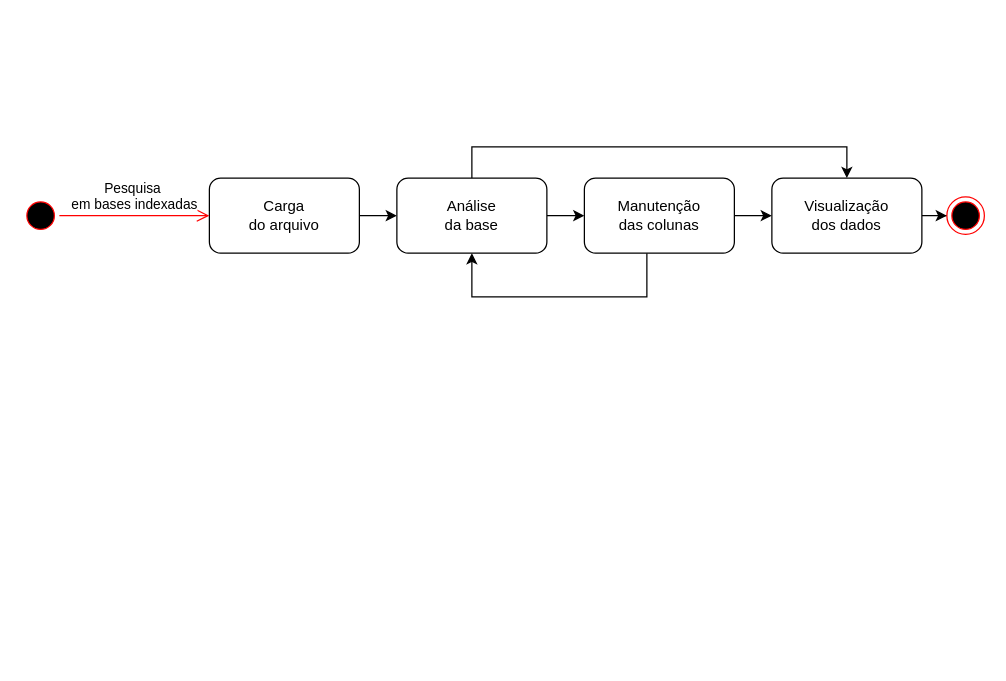
This is apps/app-Dissertacao/data/fluxos-processos.drawio from LuizPerciliano/Evento-Adverso-com-Metamap-e-Twitter-com-Portugues-Brasil, a draw.io file, before an edit. Source tidied: cells renumbered, new cells numbered last; positions are measured from the earlier drawing's top-left corner, leaving out a move shared by most shapes. Both pictures are drawn from the tidied source at 125%, with x=0, y=0 at pixel (21, 146).
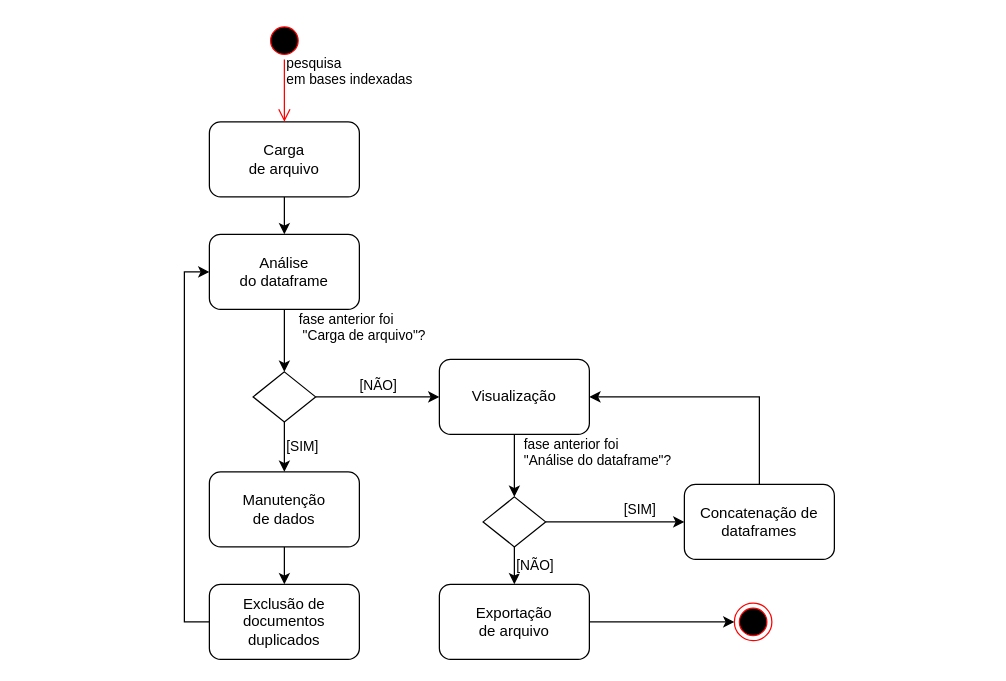
Above is the later version.

The edit, as a diff of the source:
```diff
@@
-    <mxCell id="3" value="Carga &lt;br&gt;do arquivo" style="rounded=1;whiteSpace=wrap;html=1;" parent="1" vertex="1">
-      <mxGeometry x="150" y="25" width="120" height="60" as="geometry" />
+    <mxCell id="3" value="Carga &lt;br&gt;de arquivo" style="rounded=1;whiteSpace=wrap;html=1;" parent="1" vertex="1">
+      <mxGeometry x="150" y="-20" width="120" height="60" as="geometry" />
     </mxCell>
-    <mxCell id="4" style="edgeStyle=orthogonalEdgeStyle;rounded=0;jettySize=auto;html=1;entryX=0;entryY=0.5;entryDx=0;entryDy=0;" parent="1" edge="1" source="6" target="14">
-      <mxGeometry relative="1" as="geometry" />
-    </mxCell>
-    <mxCell id="5" style="edgeStyle=orthogonalEdgeStyle;rounded=0;jettySize=auto;html=1;" parent="1" edge="1" source="6" target="8">
-      <mxGeometry relative="1" as="geometry">
-        <Array as="points">
-          <mxPoint x="360" />
-          <mxPoint x="660" />
-        </Array>
-      </mxGeometry>
-    </mxCell>
+    <mxCell id="15" value="fase anterior foi&lt;br&gt;&amp;nbsp;&quot;Carga de arquivo&quot;?" style="edgeStyle=orthogonalEdgeStyle;rounded=0;jettySize=auto;html=1;labelPosition=right;verticalLabelPosition=top;align=left;verticalAlign=bottom;" parent="1" edge="1" source="6" target="21">
+      <mxGeometry x="0.2" y="10" relative="1" as="geometry" />
+    </mxCell>
-    <mxCell id="6" value="Análise &lt;br&gt;da base" style="rounded=1;whiteSpace=wrap;html=1;" parent="1" vertex="1">
-      <mxGeometry x="300" y="25" width="120" height="60" as="geometry" />
+    <mxCell id="6" value="Análise &lt;br&gt;do dataframe" style="rounded=1;whiteSpace=wrap;html=1;" parent="1" vertex="1">
+      <mxGeometry x="150" y="70" width="120" height="60" as="geometry" />
     </mxCell>
-    <mxCell id="7" style="edgeStyle=orthogonalEdgeStyle;rounded=0;jettySize=auto;html=1;entryX=0;entryY=0.5;entryDx=0;entryDy=0;" parent="1" edge="1" source="8" target="11">
-      <mxGeometry relative="1" as="geometry" />
-    </mxCell>
-    <mxCell id="8" value="Visualização &lt;br&gt;dos dados" style="rounded=1;whiteSpace=wrap;html=1;" parent="1" vertex="1">
-      <mxGeometry x="600" y="25" width="120" height="60" as="geometry" />
+    <mxCell id="8" value="Visualização &lt;br&gt;" style="rounded=1;whiteSpace=wrap;html=1;" parent="1" vertex="1">
+      <mxGeometry x="334" y="170" width="120" height="60" as="geometry" />
     </mxCell>
     <mxCell id="9" style="ellipse;html=1;shape=startState;fillColor=#000000;strokeColor=#ff0000;" parent="1" vertex="1">
-      <mxGeometry y="40" width="30" height="30" as="geometry" />
+      <mxGeometry x="195" y="-100" width="30" height="30" as="geometry" />
     </mxCell>
-    <mxCell id="10" value="Pesquisa&amp;nbsp;&lt;br&gt;em bases indexadas" style="edgeStyle=orthogonalEdgeStyle;html=1;verticalAlign=bottom;endArrow=open;endSize=8;strokeColor=#ff0000;rounded=0;entryX=0;entryY=0.5;entryDx=0;entryDy=0;" parent="1" edge="1" source="9" target="3">
+    <mxCell id="10" value="pesquisa&amp;nbsp;&lt;br&gt;em bases indexadas" style="edgeStyle=orthogonalEdgeStyle;html=1;verticalAlign=bottom;endArrow=open;endSize=8;strokeColor=#ff0000;rounded=0;entryX=0.5;entryY=0;entryDx=0;entryDy=0;labelPosition=right;verticalLabelPosition=top;align=left;" parent="1" edge="1" source="9" target="3">
       <mxGeometry relative="1" as="geometry" />
     </mxCell>
     <mxCell id="11" style="ellipse;html=1;shape=endState;fillColor=#000000;strokeColor=#ff0000;" parent="1" vertex="1">
-      <mxGeometry x="740" y="40" width="30" height="30" as="geometry" />
+      <mxGeometry x="570" y="365" width="30" height="30" as="geometry" />
     </mxCell>
-    <mxCell id="12" style="edgeStyle=orthogonalEdgeStyle;rounded=0;jettySize=auto;html=1;" parent="1" edge="1" source="14" target="8">
-      <mxGeometry relative="1" as="geometry" />
-    </mxCell>
-    <mxCell id="13" style="edgeStyle=orthogonalEdgeStyle;rounded=0;jettySize=auto;html=1;entryX=0.5;entryY=1;entryDx=0;entryDy=0;" parent="1" edge="1" source="14" target="6">
-      <mxGeometry relative="1" as="geometry">
-        <Array as="points">
-          <mxPoint x="500" y="120" />
-          <mxPoint x="360" y="120" />
-        </Array>
-      </mxGeometry>
-    </mxCell>
+    <mxCell id="16" style="edgeStyle=orthogonalEdgeStyle;rounded=0;jettySize=auto;html=1;" parent="1" edge="1" source="14" target="18">
+      <mxGeometry relative="1" as="geometry" />
+    </mxCell>
-    <mxCell id="14" value="Manutenção &lt;br&gt;das colunas" style="rounded=1;whiteSpace=wrap;html=1;" parent="1" vertex="1">
-      <mxGeometry x="450" y="25" width="120" height="60" as="geometry" />
+    <mxCell id="14" value="Manutenção &lt;br&gt;de dados" style="rounded=1;whiteSpace=wrap;html=1;" parent="1" vertex="1">
+      <mxGeometry x="150" y="260" width="120" height="60" as="geometry" />
     </mxCell>
+    <mxCell id="17" style="edgeStyle=orthogonalEdgeStyle;rounded=0;jettySize=auto;html=1;entryX=0;entryY=0.5;entryDx=0;entryDy=0;" parent="1" edge="1" source="18" target="6">
+      <mxGeometry relative="1" as="geometry">
+        <Array as="points">
+          <mxPoint x="130" y="380" />
+          <mxPoint x="130" y="100" />
+        </Array>
+      </mxGeometry>
+    </mxCell>
+    <mxCell id="18" value="Exclusão de documentos duplicados" style="rounded=1;whiteSpace=wrap;html=1;" parent="1" vertex="1">
+      <mxGeometry x="150" y="350" width="120" height="60" as="geometry" />
+    </mxCell>
+    <mxCell id="19" value="[SIM]" style="edgeStyle=orthogonalEdgeStyle;rounded=0;jettySize=auto;html=1;labelPosition=right;verticalLabelPosition=middle;align=left;verticalAlign=middle;textDirection=ltr;" parent="1" edge="1" source="21" target="14">
+      <mxGeometry relative="1" as="geometry" />
+    </mxCell>
+    <mxCell id="20" value="[NÃO]" style="edgeStyle=orthogonalEdgeStyle;rounded=0;jettySize=auto;html=1;labelPosition=center;verticalLabelPosition=top;align=center;verticalAlign=bottom;" parent="1" edge="1" source="21" target="8">
+      <mxGeometry relative="1" as="geometry" />
+    </mxCell>
+    <mxCell id="21" style="shape=rhombus;perimeter=rhombusPerimeter;whiteSpace=wrap;html=1;align=center;" parent="1" vertex="1">
+      <mxGeometry x="185" y="180" width="50" height="40" as="geometry" />
+    </mxCell>
+    <mxCell id="22" style="edgeStyle=orthogonalEdgeStyle;rounded=0;jettySize=auto;html=1;entryX=1;entryY=0.5;entryDx=0;entryDy=0;" parent="1" edge="1" source="23" target="8">
+      <mxGeometry relative="1" as="geometry">
+        <Array as="points">
+          <mxPoint x="590" y="200" />
+        </Array>
+      </mxGeometry>
+    </mxCell>
+    <mxCell id="23" value="Concatenação de dataframes" style="rounded=1;whiteSpace=wrap;html=1;" parent="1" vertex="1">
+      <mxGeometry x="530" y="270" width="120" height="60" as="geometry" />
+    </mxCell>
+    <mxCell id="24" value="fase anterior foi &lt;br&gt;&quot;Análise do dataframe&quot;?&amp;nbsp;" style="edgeStyle=orthogonalEdgeStyle;rounded=0;jettySize=auto;html=1;exitX=0.5;exitY=1;exitDx=0;exitDy=0;labelPosition=right;verticalLabelPosition=top;align=left;verticalAlign=bottom;" parent="1" edge="1" source="8" target="27">
+      <mxGeometry x="0.2" y="6" relative="1" as="geometry">
+        <Array as="points">
+          <mxPoint x="394" y="250" />
+          <mxPoint x="394" y="250" />
+        </Array>
+      </mxGeometry>
+    </mxCell>
+    <mxCell id="25" value="[SIM]" style="edgeStyle=orthogonalEdgeStyle;rounded=0;jettySize=auto;html=1;labelPosition=right;verticalLabelPosition=middle;align=left;verticalAlign=middle;textDirection=ltr;entryX=0;entryY=0.5;entryDx=0;entryDy=0;" parent="1" edge="1" source="27" target="23">
+      <mxGeometry x="0.1" y="10" relative="1" as="geometry" />
+    </mxCell>
+    <mxCell id="26" value="[NÃO]" style="edgeStyle=orthogonalEdgeStyle;rounded=0;jettySize=auto;html=1;labelPosition=right;verticalLabelPosition=middle;align=left;verticalAlign=middle;" parent="1" edge="1" source="27" target="29">
+      <mxGeometry relative="1" as="geometry" />
+    </mxCell>
+    <mxCell id="27" style="shape=rhombus;perimeter=rhombusPerimeter;whiteSpace=wrap;html=1;align=center;" parent="1" vertex="1">
+      <mxGeometry x="369" y="280" width="50" height="40" as="geometry" />
+    </mxCell>
+    <mxCell id="28" style="edgeStyle=orthogonalEdgeStyle;rounded=0;jettySize=auto;html=1;entryX=0;entryY=0.5;entryDx=0;entryDy=0;" parent="1" edge="1" source="29" target="11">
+      <mxGeometry relative="1" as="geometry" />
+    </mxCell>
+    <mxCell id="29" value="Exportação &lt;br&gt;de arquivo" style="rounded=1;whiteSpace=wrap;html=1;align=center;" parent="1" vertex="1">
+      <mxGeometry x="334" y="350" width="120" height="60" as="geometry" />
+    </mxCell>
```
